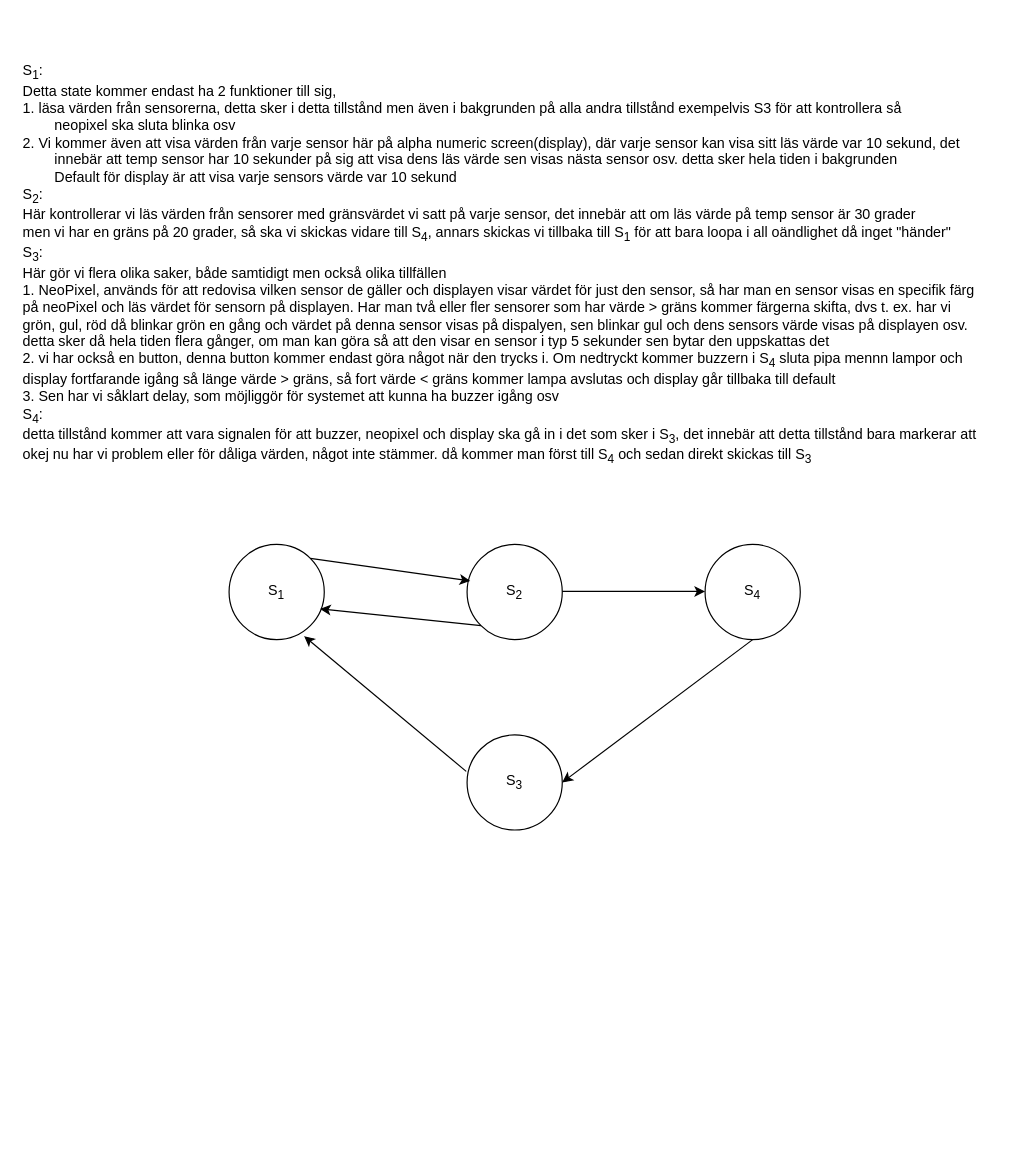
This is docs/Diagram/State/State Machine 2.0.drawio from Anton-Johannesson/ComputerScience-Project, a draw.io file, before an edit. Source tidied: cells renumbered, new cells numbered last; positions are measured from the earlier drawing's top-left corner, leaving out a move shared by most shapes. Both pictures are drawn from the tidied source at 119%, with x=0, y=0 at pixel (20, 56).
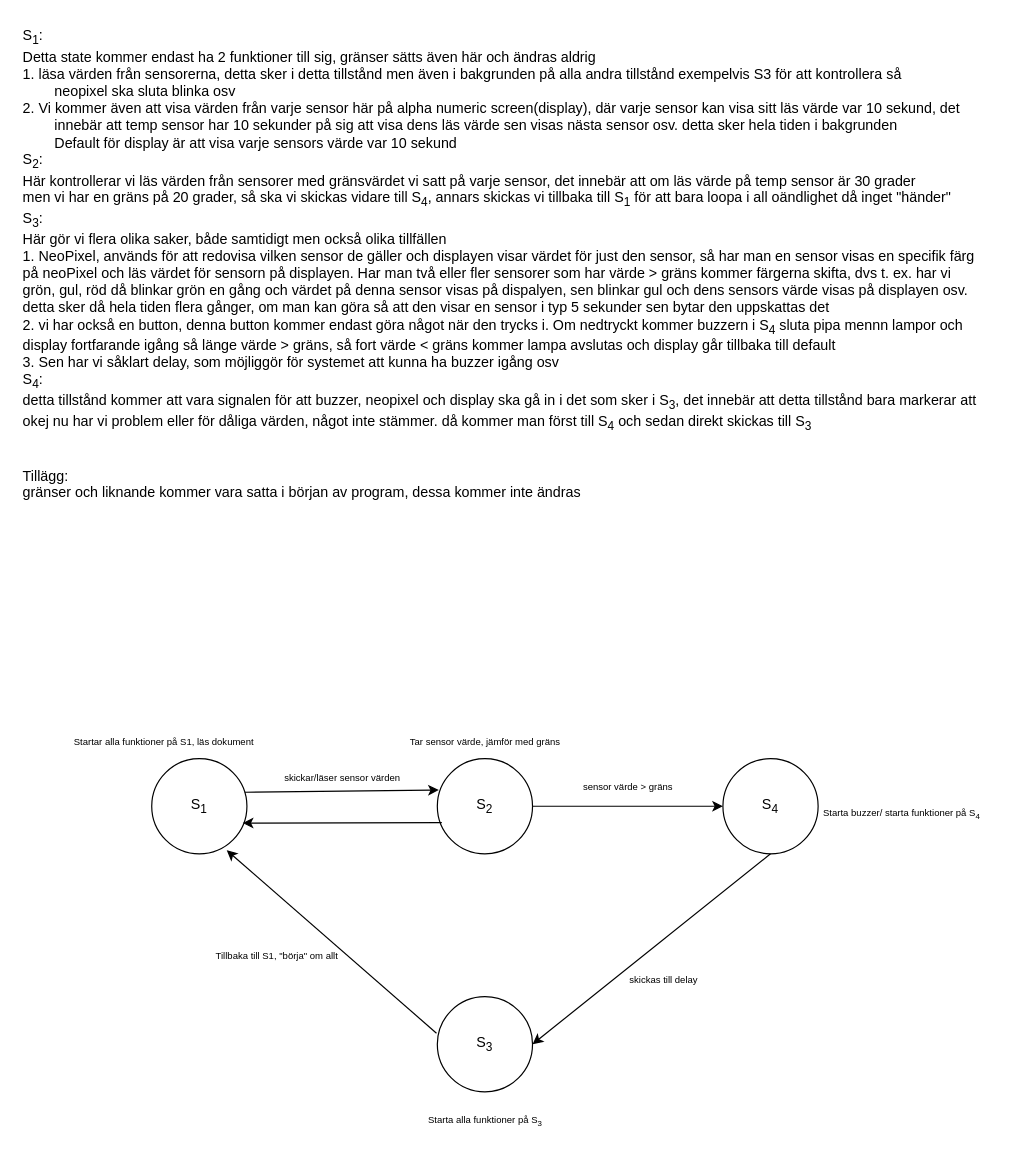
The same page after the edit.

The edit, as a diff of the source:
```diff
@@
 <mxGraphModel>
   <root>
     <mxCell id="0" />
     <mxCell id="1" parent="0" />
     <mxCell id="2" value="S&lt;sub&gt;1&lt;/sub&gt;" style="ellipse;whiteSpace=wrap;html=1;" parent="1" vertex="1">
-      <mxGeometry x="175" y="410" width="80" height="80" as="geometry" />
+      <mxGeometry x="110" y="590" width="80" height="80" as="geometry" />
     </mxCell>
     <mxCell id="3" value="S&lt;sub&gt;2&lt;/sub&gt;" style="ellipse;whiteSpace=wrap;html=1;" parent="1" vertex="1">
-      <mxGeometry x="375" y="410" width="80" height="80" as="geometry" />
+      <mxGeometry x="350" y="590" width="80" height="80" as="geometry" />
     </mxCell>
     <mxCell id="4" value="S&lt;sub&gt;3&lt;/sub&gt;" style="ellipse;whiteSpace=wrap;html=1;" parent="1" vertex="1">
-      <mxGeometry x="375" y="570" width="80" height="80" as="geometry" />
+      <mxGeometry x="350" y="790" width="80" height="80" as="geometry" />
     </mxCell>
     <mxCell id="5" value="S&lt;sub&gt;4&lt;/sub&gt;" style="ellipse;whiteSpace=wrap;html=1;" parent="1" vertex="1">
-      <mxGeometry x="575" y="410" width="80" height="80" as="geometry" />
+      <mxGeometry x="590" y="590" width="80" height="80" as="geometry" />
     </mxCell>
-    <mxCell id="6" style="endArrow=classic;html=1;rounded=0;exitX=1;exitY=0;exitDx=0;exitDy=0;entryX=0.034;entryY=0.384;entryDx=0;entryDy=0;entryPerimeter=0;" parent="1" edge="1" source="2" target="3">
+    <mxCell id="6" style="endArrow=classic;html=1;rounded=0;exitX=0.977;exitY=0.353;exitDx=0;exitDy=0;entryX=0.016;entryY=0.33;entryDx=0;entryDy=0;exitPerimeter=0;entryPerimeter=0;" parent="1" edge="1" source="2" target="3">
       <mxGeometry relative="1" as="geometry" />
     </mxCell>
-    <mxCell id="7" style="endArrow=classic;html=1;rounded=0;exitX=1;exitY=0.5;exitDx=0;exitDy=0;entryX=0;entryY=0.5;entryDx=0;entryDy=0;" parent="1" edge="1">
-      <mxGeometry relative="1" as="geometry">
-        <mxPoint x="455" y="449.5" as="sourcePoint" />
-        <mxPoint x="575" y="449.5" as="targetPoint" />
-      </mxGeometry>
+    <mxCell id="7" style="endArrow=classic;html=1;rounded=0;exitX=1;exitY=0.5;exitDx=0;exitDy=0;entryX=0;entryY=0.5;entryDx=0;entryDy=0;" parent="1" edge="1" source="3" target="5">
+      <mxGeometry relative="1" as="geometry" />
     </mxCell>
     <mxCell id="8" style="endArrow=classic;html=1;rounded=0;exitX=-0.009;exitY=0.384;exitDx=0;exitDy=0;entryX=0.788;entryY=0.963;entryDx=0;entryDy=0;entryPerimeter=0;exitPerimeter=0;" parent="1" edge="1" source="4" target="2">
       <mxGeometry relative="1" as="geometry" />
     </mxCell>
     <mxCell id="9" style="endArrow=classic;html=1;rounded=0;exitX=0.5;exitY=1;exitDx=0;exitDy=0;entryX=1;entryY=0.5;entryDx=0;entryDy=0;" parent="1" edge="1" source="5" target="4">
       <mxGeometry relative="1" as="geometry" />
     </mxCell>
-    <mxCell id="10" value="S&lt;sub&gt;1&lt;/sub&gt;:&lt;div&gt;Detta state kommer endast ha 2 funktioner till sig,&amp;nbsp;&lt;/div&gt;&lt;div&gt;1. läsa värden från sensorerna, detta sker i detta tillstånd men även i bakgrunden på alla andra tillstånd exempelvis S3 för att kontrollera så&lt;/div&gt;&lt;div&gt;&lt;span style=&quot;white-space: pre;&quot;&gt;&#9;&lt;/span&gt;neopixel ska sluta blinka osv&lt;br&gt;&lt;/div&gt;&lt;div&gt;2. Vi kommer även att visa värden från varje sensor här på alpha numeric screen(display), där varje sensor kan visa sitt läs värde var 10 sekund, det&amp;nbsp;&lt;/div&gt;&lt;div&gt;&lt;span style=&quot;white-space: pre;&quot;&gt;&#9;&lt;/span&gt;innebär att temp sensor har 10 sekunder på sig att visa dens läs värde sen visas nästa sensor osv. detta sker hela tiden i bakgrunden&lt;/div&gt;&lt;div&gt;&lt;span style=&quot;white-space: pre;&quot;&gt;&#9;&lt;/span&gt;Default för display är att visa varje sensors värde var 10 sekund&lt;br&gt;&lt;/div&gt;&lt;div&gt;S&lt;sub&gt;2&lt;/sub&gt;:&lt;/div&gt;&lt;div&gt;Här kontrollerar vi läs värden från sensorer med gränsvärdet vi satt på varje sensor, det innebär att om läs värde på temp sensor är 30 grader&lt;/div&gt;&lt;div&gt;men vi har en gräns på 20 grader, så ska vi skickas vidare till S&lt;sub&gt;4&lt;/sub&gt;, annars skickas vi tillbaka till S&lt;sub&gt;1&lt;/sub&gt; för att bara loopa i all oändlighet då inget &quot;händer&quot;&lt;/div&gt;&lt;div&gt;S&lt;sub&gt;3&lt;/sub&gt;:&lt;/div&gt;&lt;div&gt;Här gör vi flera olika saker, både samtidigt men också olika tillfällen&lt;/div&gt;&lt;div&gt;1. NeoPixel, används för att redovisa vilken sensor de gäller och displayen visar värdet för just den sensor, så har man en sensor visas en specifik färg&lt;/div&gt;&lt;div&gt;på neoPixel och läs värdet för sensorn på displayen. Har man två eller fler sensorer som har värde &amp;gt; gräns kommer färgerna skifta, dvs t. ex. har vi&lt;/div&gt;&lt;div&gt;grön, gul, röd då blinkar grön en gång och värdet på denna sensor visas på dispalyen, sen blinkar gul och dens sensors värde visas på displayen osv.&amp;nbsp;&lt;/div&gt;&lt;div&gt;detta sker då hela tiden flera gånger, om man kan göra så att den visar en sensor i typ 5 sekunder sen bytar den uppskattas det&lt;/div&gt;&lt;div&gt;2. vi har också en button, denna button kommer endast göra något när den trycks i. Om nedtryckt kommer buzzern i S&lt;sub&gt;4&lt;/sub&gt;&amp;nbsp;sluta pipa mennn lampor och&amp;nbsp;&lt;/div&gt;&lt;div&gt;display&amp;nbsp;&lt;span style=&quot;background-color: transparent; color: light-dark(rgb(0, 0, 0), rgb(255, 255, 255));&quot;&gt;fortfarande igång så länge värde &amp;gt; gräns, så fort värde &amp;lt; gräns kommer lampa avslutas och display går tillbaka till default&lt;/span&gt;&lt;/div&gt;&lt;div&gt;3. Sen har vi såklart delay, som möjliggör för systemet att kunna ha buzzer igång osv&amp;nbsp;&lt;/div&gt;&lt;div&gt;S&lt;sub&gt;4&lt;/sub&gt;:&lt;/div&gt;&lt;div&gt;detta tillstånd kommer att vara signalen för att buzzer, neopixel och display ska gå in i det som sker i S&lt;sub&gt;3&lt;/sub&gt;, det innebär att detta tillstånd bara markerar att&amp;nbsp;&lt;/div&gt;&lt;div&gt;okej&amp;nbsp;&lt;span style=&quot;background-color: transparent; color: light-dark(rgb(0, 0, 0), rgb(255, 255, 255));&quot;&gt;nu har vi problem eller för dåliga värden, något inte stämmer. då kommer man först till S&lt;/span&gt;&lt;sub style=&quot;background-color: transparent; color: light-dark(rgb(0, 0, 0), rgb(255, 255, 255));&quot;&gt;4&lt;/sub&gt;&lt;span style=&quot;background-color: transparent; color: light-dark(rgb(0, 0, 0), rgb(255, 255, 255));&quot;&gt; och sedan direkt skickas till S&lt;/span&gt;&lt;sub style=&quot;background-color: transparent; color: light-dark(rgb(0, 0, 0), rgb(255, 255, 255));&quot;&gt;3&lt;/sub&gt;&lt;span style=&quot;background-color: transparent; color: light-dark(rgb(0, 0, 0), rgb(255, 255, 255));&quot;&gt;&amp;nbsp;&amp;nbsp;&lt;/span&gt;&lt;/div&gt;" style="text;html=1;align=left;verticalAlign=middle;strokeColor=none;fillColor=none;" parent="1" vertex="1">
-      <mxGeometry width="830" height="350" as="geometry" />
+    <mxCell id="10" value="S&lt;sub&gt;1&lt;/sub&gt;:&lt;div&gt;Detta state kommer endast ha 2 funktioner till sig, gränser sätts även här och ändras aldrig&lt;/div&gt;&lt;div&gt;1. läsa värden från sensorerna, detta sker i detta tillstånd men även i bakgrunden på alla andra tillstånd exempelvis S3 för att kontrollera så&lt;/div&gt;&lt;div&gt;&lt;span style=&quot;white-space: pre;&quot;&gt;&#9;&lt;/span&gt;neopixel ska sluta blinka osv&lt;br&gt;&lt;/div&gt;&lt;div&gt;2. Vi kommer även att visa värden från varje sensor här på alpha numeric screen(display), där varje sensor kan visa sitt läs värde var 10 sekund, det&amp;nbsp;&lt;/div&gt;&lt;div&gt;&lt;span style=&quot;white-space: pre;&quot;&gt;&#9;&lt;/span&gt;innebär att temp sensor har 10 sekunder på sig att visa dens läs värde sen visas nästa sensor osv. detta sker hela tiden i bakgrunden&lt;/div&gt;&lt;div&gt;&lt;span style=&quot;white-space: pre;&quot;&gt;&#9;&lt;/span&gt;Default för display är att visa varje sensors värde var 10 sekund&lt;br&gt;&lt;/div&gt;&lt;div&gt;S&lt;sub&gt;2&lt;/sub&gt;:&lt;/div&gt;&lt;div&gt;Här kontrollerar vi läs värden från sensorer med gränsvärdet vi satt på varje sensor, det innebär att om läs värde på temp sensor är 30 grader&lt;/div&gt;&lt;div&gt;men vi har en gräns på 20 grader, så ska vi skickas vidare till S&lt;sub&gt;4&lt;/sub&gt;, annars skickas vi tillbaka till S&lt;sub&gt;1&lt;/sub&gt; för att bara loopa i all oändlighet då inget &quot;händer&quot;&lt;/div&gt;&lt;div&gt;S&lt;sub&gt;3&lt;/sub&gt;:&lt;/div&gt;&lt;div&gt;Här gör vi flera olika saker, både samtidigt men också olika tillfällen&lt;/div&gt;&lt;div&gt;1. NeoPixel, används för att redovisa vilken sensor de gäller och displayen visar värdet för just den sensor, så har man en sensor visas en specifik färg&lt;/div&gt;&lt;div&gt;på neoPixel och läs värdet för sensorn på displayen. Har man två eller fler sensorer som har värde &amp;gt; gräns kommer färgerna skifta, dvs t. ex. har vi&lt;/div&gt;&lt;div&gt;grön, gul, röd då blinkar grön en gång och värdet på denna sensor visas på dispalyen, sen blinkar gul och dens sensors värde visas på displayen osv.&amp;nbsp;&lt;/div&gt;&lt;div&gt;detta sker då hela tiden flera gånger, om man kan göra så att den visar en sensor i typ 5 sekunder sen bytar den uppskattas det&lt;/div&gt;&lt;div&gt;2. vi har också en button, denna button kommer endast göra något när den trycks i. Om nedtryckt kommer buzzern i S&lt;sub&gt;4&lt;/sub&gt;&amp;nbsp;sluta pipa mennn lampor och&amp;nbsp;&lt;/div&gt;&lt;div&gt;display&amp;nbsp;&lt;span style=&quot;background-color: transparent; color: light-dark(rgb(0, 0, 0), rgb(255, 255, 255));&quot;&gt;fortfarande igång så länge värde &amp;gt; gräns, så fort värde &amp;lt; gräns kommer lampa avslutas och display går tillbaka till default&lt;/span&gt;&lt;/div&gt;&lt;div&gt;3. Sen har vi såklart delay, som möjliggör för systemet att kunna ha buzzer igång osv&amp;nbsp;&lt;/div&gt;&lt;div&gt;S&lt;sub&gt;4&lt;/sub&gt;:&lt;/div&gt;&lt;div&gt;detta tillstånd kommer att vara signalen för att buzzer, neopixel och display ska gå in i det som sker i S&lt;sub&gt;3&lt;/sub&gt;, det innebär att detta tillstånd bara markerar att&amp;nbsp;&lt;/div&gt;&lt;div&gt;okej&amp;nbsp;&lt;span style=&quot;background-color: transparent; color: light-dark(rgb(0, 0, 0), rgb(255, 255, 255));&quot;&gt;nu har vi problem eller för dåliga värden, något inte stämmer. då kommer man först till S&lt;/span&gt;&lt;sub style=&quot;background-color: transparent; color: light-dark(rgb(0, 0, 0), rgb(255, 255, 255));&quot;&gt;4&lt;/sub&gt;&lt;span style=&quot;background-color: transparent; color: light-dark(rgb(0, 0, 0), rgb(255, 255, 255));&quot;&gt; och sedan direkt skickas till S&lt;/span&gt;&lt;sub style=&quot;background-color: transparent; color: light-dark(rgb(0, 0, 0), rgb(255, 255, 255));&quot;&gt;3&lt;/sub&gt;&lt;span style=&quot;background-color: transparent; color: light-dark(rgb(0, 0, 0), rgb(255, 255, 255));&quot;&gt;&amp;nbsp;&amp;nbsp;&lt;/span&gt;&lt;/div&gt;&lt;div&gt;&lt;span style=&quot;background-color: transparent; color: light-dark(rgb(0, 0, 0), rgb(255, 255, 255));&quot;&gt;&lt;br&gt;&lt;/span&gt;&lt;/div&gt;&lt;div&gt;&lt;span style=&quot;background-color: transparent; color: light-dark(rgb(0, 0, 0), rgb(255, 255, 255));&quot;&gt;&lt;br&gt;&lt;/span&gt;&lt;/div&gt;&lt;div&gt;&lt;span style=&quot;background-color: transparent; color: light-dark(rgb(0, 0, 0), rgb(255, 255, 255));&quot;&gt;Tillägg:&lt;/span&gt;&lt;/div&gt;&lt;div&gt;gränser och liknande kommer vara satta i början av program, dessa kommer inte ändras&lt;/div&gt;" style="text;html=1;align=left;verticalAlign=middle;strokeColor=none;fillColor=none;" parent="1" vertex="1">
+      <mxGeometry y="-30" width="830" height="410" as="geometry" />
     </mxCell>
-    <mxCell id="11" style="endArrow=classic;html=1;rounded=0;exitX=0;exitY=1;exitDx=0;exitDy=0;entryX=0.956;entryY=0.677;entryDx=0;entryDy=0;entryPerimeter=0;" parent="1" edge="1" source="3" target="2">
+    <mxCell id="11" style="endArrow=classic;html=1;rounded=0;exitX=0.047;exitY=0.673;exitDx=0;exitDy=0;entryX=0.956;entryY=0.677;entryDx=0;entryDy=0;entryPerimeter=0;exitPerimeter=0;" parent="1" edge="1" source="3" target="2">
       <mxGeometry relative="1" as="geometry" />
     </mxCell>
+    <mxCell id="12" value="&lt;font style=&quot;font-size: 8px;&quot;&gt;skickar/läser sensor värden&lt;/font&gt;" style="text;html=1;align=center;verticalAlign=middle;strokeColor=none;fillColor=none;" parent="1" vertex="1">
+      <mxGeometry x="210" y="590" width="120" height="30" as="geometry" />
+    </mxCell>
+    <mxCell id="13" value="&lt;font style=&quot;font-size: 8px;&quot;&gt;sensor värde &amp;gt; gräns&lt;/font&gt;" style="text;html=1;align=center;verticalAlign=middle;strokeColor=none;fillColor=none;" parent="1" vertex="1">
+      <mxGeometry x="460" y="598" width="100" height="30" as="geometry" />
+    </mxCell>
+    <mxCell id="14" value="&lt;font style=&quot;font-size: 8px;&quot;&gt;Starta buzzer/ starta funktioner på S&lt;sub style=&quot;&quot;&gt;4&lt;/sub&gt;&lt;/font&gt;" style="text;html=1;align=center;verticalAlign=middle;strokeColor=none;fillColor=none;" parent="1" vertex="1">
+      <mxGeometry x="660" y="620" width="160" height="30" as="geometry" />
+    </mxCell>
+    <mxCell id="15" value="&lt;font style=&quot;font-size: 8px;&quot;&gt;skickas till delay&lt;/font&gt;" style="text;html=1;align=center;verticalAlign=middle;strokeColor=none;fillColor=none;" parent="1" vertex="1">
+      <mxGeometry x="500" y="760" width="80" height="30" as="geometry" />
+    </mxCell>
+    <mxCell id="16" value="&lt;font style=&quot;font-size: 8px;&quot;&gt;Starta alla funktioner på S&lt;sub&gt;3&lt;/sub&gt;&lt;/font&gt;" style="text;html=1;align=center;verticalAlign=middle;strokeColor=none;fillColor=none;" parent="1" vertex="1">
+      <mxGeometry x="330" y="878" width="120" height="30" as="geometry" />
+    </mxCell>
+    <mxCell id="17" value="&lt;font style=&quot;font-size: 8px;&quot;&gt;Tillbaka till S1, &quot;börja&quot; om allt&lt;/font&gt;" style="text;html=1;align=center;verticalAlign=middle;strokeColor=none;fillColor=none;" parent="1" vertex="1">
+      <mxGeometry x="150" y="740" width="130" height="30" as="geometry" />
+    </mxCell>
+    <mxCell id="18" value="&lt;font style=&quot;font-size: 8px;&quot;&gt;Tar sensor värde, jämför med gräns&lt;/font&gt;" style="text;html=1;align=center;verticalAlign=middle;strokeColor=none;fillColor=none;" parent="1" vertex="1">
+      <mxGeometry x="315" y="560" width="150" height="30" as="geometry" />
+    </mxCell>
+    <mxCell id="19" value="&lt;font style=&quot;font-size: 8px;&quot;&gt;Startar alla funktioner på S1, läs dokument&lt;/font&gt;" style="text;html=1;align=center;verticalAlign=middle;strokeColor=none;fillColor=none;" parent="1" vertex="1">
+      <mxGeometry x="35" y="560" width="170" height="30" as="geometry" />
+    </mxCell>
   </root>
 </mxGraphModel>
```
